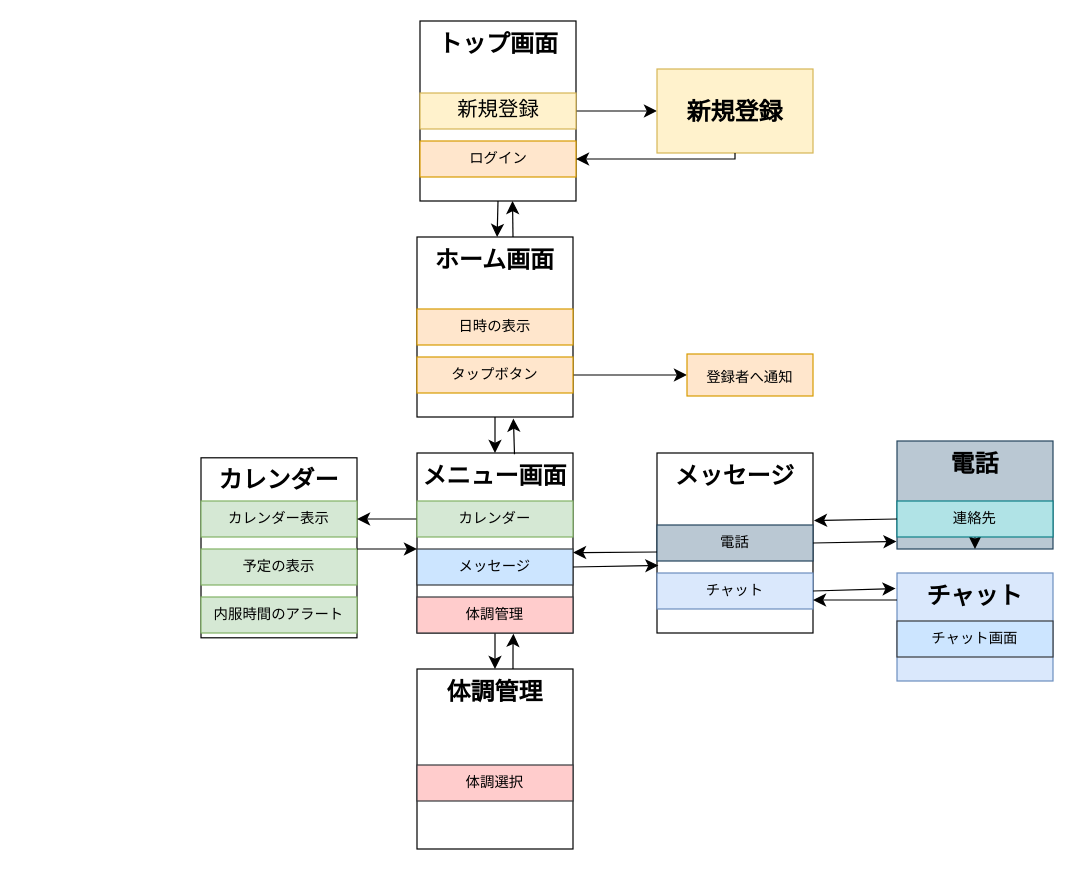
Above: 画面遷移図 .drawio in ht19ssts/- (draw.io), before the change. Source tidied: cells renumbered, new cells numbered last; positions are measured from the earlier drawing's top-left corner, leaving out a move shared by most shapes. Both pictures are drawn from the tidied source at 120%, with x=0, y=0 at pixel (200, 20).
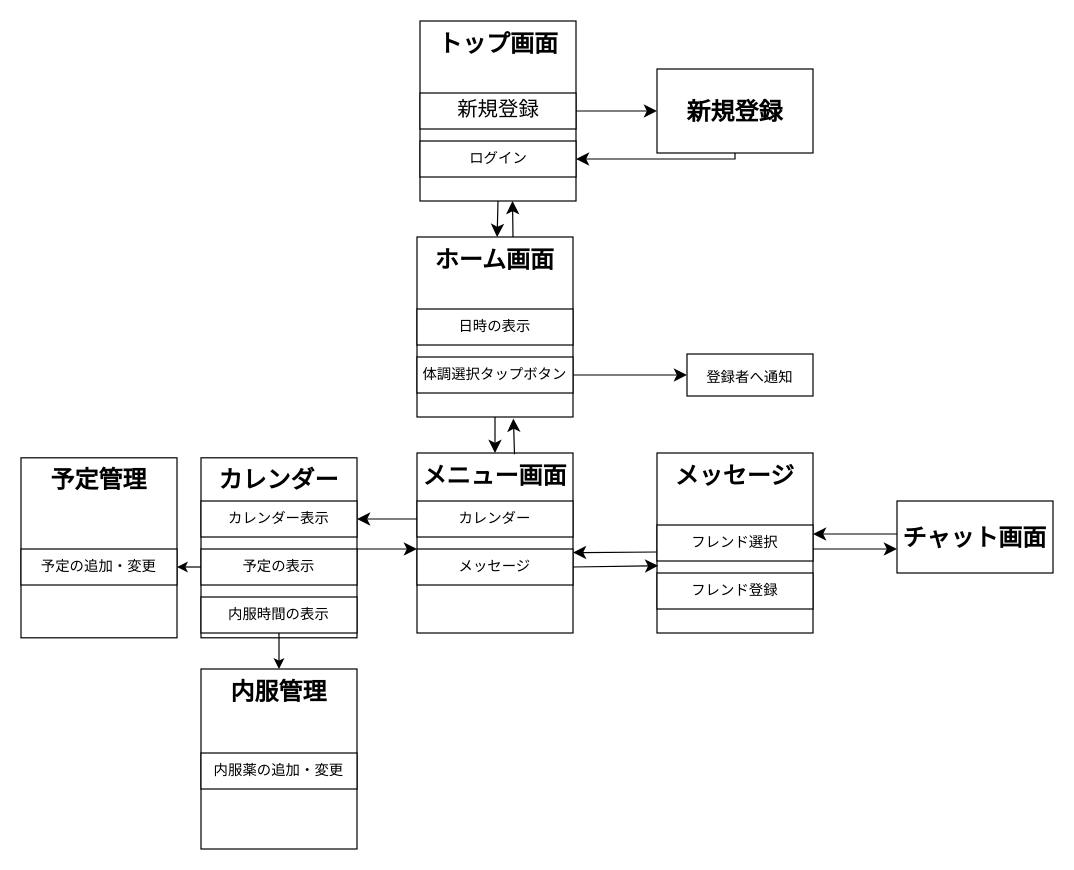
Above is the later version.

Commit message:
画面遷移図 .drawio を更新します

Unchanged cells that the change refers to:
```xml
<mxCell id="4" value="&lt;b style=&quot;border-color: var(--border-color); font-size: 20px; text-align: justify;&quot;&gt;メッセージ&lt;/b&gt;" style="rounded=0;whiteSpace=wrap;html=1;fontSize=16;verticalAlign=top;" parent="1" vertex="1">
  <mxGeometry x="380" y="360" width="130" height="150" as="geometry" />
</mxCell>
```

What changed in the source:
```diff
@@
-    <mxCell id="2" value="&lt;b style=&quot;border-color: var(--border-color); font-size: 20px; text-align: justify;&quot;&gt;チャット&lt;/b&gt;" style="rounded=0;whiteSpace=wrap;html=1;fontSize=16;fillColor=#dae8fc;strokeColor=#6c8ebf;verticalAlign=top;" parent="1" vertex="1">
-      <mxGeometry x="580" y="460" width="130" height="90" as="geometry" />
-    </mxCell>
-    <mxCell id="3" value="&lt;b style=&quot;border-color: var(--border-color); font-size: 20px; text-align: justify;&quot;&gt;電話&lt;/b&gt;" style="rounded=0;whiteSpace=wrap;html=1;fontSize=16;fillColor=#bac8d3;strokeColor=#23445d;verticalAlign=top;" parent="1" vertex="1">
-      <mxGeometry x="580" y="350" width="130" height="90" as="geometry" />
-    </mxCell>
@@
-    <mxCell id="5" value="&lt;b style=&quot;border-color: var(--border-color); font-size: 20px; text-align: justify;&quot;&gt;体調管理&lt;/b&gt;" style="rounded=0;whiteSpace=wrap;html=1;fontSize=16;verticalAlign=top;" parent="1" vertex="1">
-      <mxGeometry x="180" y="540" width="130" height="150" as="geometry" />
-    </mxCell>
@@
-    <mxCell id="12" value="日時の表示" style="rounded=0;whiteSpace=wrap;html=1;fillColor=#ffe6cc;strokeColor=#d79b00;" parent="1" vertex="1">
+    <mxCell id="12" value="日時の表示" style="rounded=0;whiteSpace=wrap;html=1;fillColor=#FFFFFF;strokeColor=#000000;" parent="1" vertex="1">
       <mxGeometry x="180" y="240" width="130" height="30" as="geometry" />
     </mxCell>
-    <mxCell id="13" value="カレンダー表示" style="rounded=0;whiteSpace=wrap;html=1;fillColor=#d5e8d4;strokeColor=#82b366;" parent="1" vertex="1">
+    <mxCell id="13" value="カレンダー表示" style="rounded=0;whiteSpace=wrap;html=1;fillColor=#FFFFFF;strokeColor=#000000;" parent="1" vertex="1">
       <mxGeometry y="400" width="130" height="30" as="geometry" />
     </mxCell>
-    <mxCell id="14" style="edgeStyle=none;curved=1;rounded=0;jettySize=auto;html=1;exitX=0.5;exitY=1;exitDx=0;exitDy=0;entryX=0.5;entryY=0;entryDx=0;entryDy=0;fontSize=12;startSize=8;endSize=8;" parent="1" edge="1" source="15" target="5">
-      <mxGeometry relative="1" as="geometry" />
-    </mxCell>
-    <mxCell id="15" value="体調管理" style="rounded=0;whiteSpace=wrap;html=1;fillColor=#ffcccc;strokeColor=#36393d;" parent="1" vertex="1">
-      <mxGeometry x="180" y="480" width="130" height="30" as="geometry" />
-    </mxCell>
-    <mxCell id="16" value="メッセージ" style="rounded=0;whiteSpace=wrap;html=1;fillColor=#cce5ff;strokeColor=#36393d;" parent="1" vertex="1">
+    <mxCell id="16" value="メッセージ" style="rounded=0;whiteSpace=wrap;html=1;fillColor=#FFFFFF;strokeColor=#000000;" parent="1" vertex="1">
       <mxGeometry x="180" y="440" width="130" height="30" as="geometry" />
     </mxCell>
@@
-    <mxCell id="18" value="タップボタン" style="rounded=0;whiteSpace=wrap;html=1;fillColor=#ffe6cc;strokeColor=#d79b00;" parent="1" vertex="1">
+    <mxCell id="18" value="体調選択タップボタン" style="rounded=0;whiteSpace=wrap;html=1;fillColor=#FFFFFF;strokeColor=#000000;" parent="1" vertex="1">
       <mxGeometry x="180" y="280" width="130" height="30" as="geometry" />
     </mxCell>
@@
-    <mxCell id="20" value="カレンダー" style="rounded=0;whiteSpace=wrap;html=1;fillColor=#d5e8d4;strokeColor=#82b366;" parent="1" vertex="1">
+    <mxCell id="20" value="カレンダー" style="rounded=0;whiteSpace=wrap;html=1;fillColor=#FFFFFF;strokeColor=#000000;" parent="1" vertex="1">
       <mxGeometry x="180" y="400" width="130" height="30" as="geometry" />
     </mxCell>
-    <mxCell id="21" value="内服時間のアラート" style="rounded=0;whiteSpace=wrap;html=1;fillColor=#d5e8d4;strokeColor=#82b366;" parent="1" vertex="1">
+    <mxCell id="21" value="内服時間の表示" style="rounded=0;whiteSpace=wrap;html=1;fillColor=#FFFFFF;strokeColor=#000000;" parent="1" vertex="1">
       <mxGeometry y="480" width="130" height="30" as="geometry" />
     </mxCell>
-    <mxCell id="22" value="予定の表示" style="rounded=0;whiteSpace=wrap;html=1;fillColor=#d5e8d4;strokeColor=#82b366;" parent="1" vertex="1">
+    <mxCell id="22" value="予定の表示" style="rounded=0;whiteSpace=wrap;html=1;fillColor=#FFFFFF;strokeColor=#000000;" parent="1" vertex="1">
       <mxGeometry y="440" width="130" height="30" as="geometry" />
     </mxCell>
-    <mxCell id="23" value="チャット" style="rounded=0;whiteSpace=wrap;html=1;fillColor=#dae8fc;strokeColor=#6c8ebf;" parent="1" vertex="1">
+    <mxCell id="23" value="フレンド登録" style="rounded=0;whiteSpace=wrap;html=1;fillColor=#FFFFFF;strokeColor=#000000;" parent="1" vertex="1">
       <mxGeometry x="380" y="460" width="130" height="30" as="geometry" />
     </mxCell>
-    <mxCell id="24" value="電話" style="rounded=0;whiteSpace=wrap;html=1;fillColor=#bac8d3;strokeColor=#23445d;" parent="1" vertex="1">
+    <mxCell id="24" value="フレンド選択" style="rounded=0;whiteSpace=wrap;html=1;fillColor=#FFFFFF;strokeColor=#000000;" parent="1" vertex="1">
       <mxGeometry x="380" y="420" width="130" height="30" as="geometry" />
     </mxCell>
-    <mxCell id="25" style="edgeStyle=none;curved=1;rounded=0;jettySize=auto;html=1;fontSize=12;startSize=8;endSize=8;" parent="1" edge="1" source="26" target="3">
-      <mxGeometry relative="1" as="geometry" />
-    </mxCell>
-    <mxCell id="26" value="連絡先" style="rounded=0;whiteSpace=wrap;html=1;fillColor=#b0e3e6;strokeColor=#0e8088;" parent="1" vertex="1">
-      <mxGeometry x="580" y="400" width="130" height="30" as="geometry" />
-    </mxCell>
-    <mxCell id="27" value="チャット画面" style="rounded=0;whiteSpace=wrap;html=1;fillColor=#cce5ff;strokeColor=#36393d;" parent="1" vertex="1">
-      <mxGeometry x="580" y="500" width="130" height="30" as="geometry" />
-    </mxCell>
-    <mxCell id="28" value="体調選択" style="rounded=0;whiteSpace=wrap;html=1;fillColor=#ffcccc;strokeColor=#36393d;" parent="1" vertex="1">
-      <mxGeometry x="180" y="620" width="130" height="30" as="geometry" />
-    </mxCell>
-    <mxCell id="29" value="ログイン" style="rounded=0;whiteSpace=wrap;html=1;fillColor=#ffe6cc;strokeColor=#d79b00;" parent="1" vertex="1">
+    <mxCell id="29" value="ログイン" style="rounded=0;whiteSpace=wrap;html=1;fillColor=#FFFFFF;strokeColor=#000000;" parent="1" vertex="1">
       <mxGeometry x="182.5" y="100" width="130" height="30" as="geometry" />
     </mxCell>
@@
-    <mxCell id="31" value="&lt;span style=&quot;font-size: 17px;&quot;&gt;新規登録&lt;/span&gt;" style="rounded=0;whiteSpace=wrap;html=1;fillColor=#fff2cc;strokeColor=#d6b656;" parent="1" vertex="1">
+    <mxCell id="31" value="&lt;span style=&quot;font-size: 17px;&quot;&gt;新規登録&lt;/span&gt;" style="rounded=0;whiteSpace=wrap;html=1;fillColor=#FFFFFF;strokeColor=#000000;" parent="1" vertex="1">
       <mxGeometry x="182.5" y="60" width="130" height="30" as="geometry" />
     </mxCell>
-    <mxCell id="32" value="&lt;b style=&quot;border-color: var(--border-color); font-size: 12px; text-align: justify; background-color: initial;&quot;&gt;&lt;font style=&quot;border-color: var(--border-color); font-size: 20px;&quot;&gt;新規登録&lt;/font&gt;&lt;/b&gt;" style="rounded=0;whiteSpace=wrap;html=1;fontSize=16;fillColor=#fff2cc;strokeColor=#d6b656;" parent="1" vertex="1">
+    <mxCell id="32" value="&lt;b style=&quot;border-color: var(--border-color); font-size: 12px; text-align: justify; background-color: initial;&quot;&gt;&lt;font style=&quot;border-color: var(--border-color); font-size: 20px;&quot;&gt;新規登録&lt;/font&gt;&lt;/b&gt;" style="rounded=0;whiteSpace=wrap;html=1;fontSize=16;fillColor=#FFFFFF;strokeColor=#000000;" parent="1" vertex="1">
       <mxGeometry x="380" y="40" width="130" height="70" as="geometry" />
     </mxCell>
-    <mxCell id="33" value="&lt;span style=&quot;border-color: var(--border-color); text-align: justify; background-color: initial;&quot;&gt;&lt;font style=&quot;border-color: var(--border-color); font-size: 12px;&quot;&gt;登録者へ通知&lt;/font&gt;&lt;/span&gt;" style="rounded=0;whiteSpace=wrap;html=1;fontSize=16;fillColor=#ffe6cc;strokeColor=#d79b00;" parent="1" vertex="1">
+    <mxCell id="33" value="&lt;span style=&quot;border-color: var(--border-color); text-align: justify; background-color: initial;&quot;&gt;&lt;font style=&quot;border-color: var(--border-color); font-size: 12px;&quot;&gt;登録者へ通知&lt;/font&gt;&lt;/span&gt;" style="rounded=0;whiteSpace=wrap;html=1;fontSize=16;fillColor=#FFFFFF;strokeColor=#000000;" parent="1" vertex="1">
       <mxGeometry x="405" y="277.5" width="105" height="35" as="geometry" />
     </mxCell>
@@
-    <mxCell id="35" style="edgeStyle=none;curved=1;rounded=0;jettySize=auto;html=1;exitX=1;exitY=0.5;exitDx=0;exitDy=0;entryX=0.009;entryY=0.625;entryDx=0;entryDy=0;entryPerimeter=0;fontSize=12;startSize=8;endSize=8;" parent="1" edge="1" source="16" target="4">
-      <mxGeometry relative="1" as="geometry" />
+    <mxCell id="35" style="edgeStyle=none;curved=1;rounded=0;jettySize=auto;html=1;exitX=1;exitY=0.5;exitDx=0;exitDy=0;fontSize=12;startSize=8;endSize=8;" parent="1" edge="1" source="16">
+      <mxGeometry relative="1" as="geometry">
+        <mxPoint x="381" y="454" as="targetPoint" />
+      </mxGeometry>
     </mxCell>
-    <mxCell id="36" style="edgeStyle=none;curved=1;rounded=0;jettySize=auto;html=1;exitX=1;exitY=0.5;exitDx=0;exitDy=0;entryX=-0.003;entryY=0.931;entryDx=0;entryDy=0;entryPerimeter=0;fontSize=12;startSize=8;endSize=8;" parent="1" edge="1" source="24" target="3">
-      <mxGeometry relative="1" as="geometry" />
+    <mxCell id="36" style="edgeStyle=none;curved=1;rounded=0;jettySize=auto;html=1;exitX=1;exitY=0.667;exitDx=0;exitDy=0;fontSize=12;startSize=8;endSize=8;exitPerimeter=0;" parent="1" edge="1" source="24">
+      <mxGeometry relative="1" as="geometry">
+        <mxPoint x="580" y="440" as="targetPoint" />
+      </mxGeometry>
     </mxCell>
-    <mxCell id="37" style="edgeStyle=none;curved=1;rounded=0;jettySize=auto;html=1;exitX=1;exitY=0.5;exitDx=0;exitDy=0;entryX=-0.009;entryY=0.144;entryDx=0;entryDy=0;entryPerimeter=0;fontSize=12;startSize=8;endSize=8;" parent="1" edge="1" source="23" target="2">
-      <mxGeometry relative="1" as="geometry" />
-    </mxCell>
-    <mxCell id="38" style="endArrow=classic;html=1;rounded=0;fontSize=12;startSize=8;endSize=8;curved=1;entryX=0.618;entryY=1.02;entryDx=0;entryDy=0;entryPerimeter=0;" parent="1" edge="1" target="15">
-      <mxGeometry relative="1" as="geometry">
-        <mxPoint x="260" y="540" as="sourcePoint" />
-        <Array as="points">
-          <mxPoint x="260" y="520" />
-        </Array>
-      </mxGeometry>
-    </mxCell>
-    <mxCell id="39" style="endArrow=classic;html=1;rounded=0;fontSize=12;startSize=8;endSize=8;curved=1;exitX=0;exitY=0.25;exitDx=0;exitDy=0;entryX=1;entryY=0.75;entryDx=0;entryDy=0;" parent="1" edge="1" source="2" target="23">
-      <mxGeometry relative="1" as="geometry" />
-    </mxCell>
-    <mxCell id="40" style="endArrow=classic;html=1;rounded=0;fontSize=12;startSize=8;endSize=8;curved=1;exitX=0;exitY=0.5;exitDx=0;exitDy=0;entryX=1.006;entryY=0.375;entryDx=0;entryDy=0;entryPerimeter=0;" parent="1" edge="1" source="26" target="4">
-      <mxGeometry relative="1" as="geometry" />
+    <mxCell id="40" style="endArrow=classic;html=1;rounded=0;fontSize=12;startSize=8;endSize=8;curved=1;exitX=0;exitY=0.25;exitDx=0;exitDy=0;entryX=1;entryY=0.25;entryDx=0;entryDy=0;" parent="1" edge="1" target="24">
+      <mxGeometry relative="1" as="geometry">
+        <mxPoint x="580" y="427.5" as="sourcePoint" />
+      </mxGeometry>
     </mxCell>
@@
+    <mxCell id="46" value="&lt;div style=&quot;text-align: justify;&quot;&gt;&lt;span style=&quot;background-color: initial; font-size: 20px;&quot;&gt;&lt;b&gt;予定管理&lt;/b&gt;&lt;/span&gt;&lt;/div&gt;" style="rounded=0;whiteSpace=wrap;html=1;fontSize=16;verticalAlign=top;" parent="1" vertex="1">
+      <mxGeometry x="-150" y="364" width="130" height="150" as="geometry" />
+    </mxCell>
+    <mxCell id="47" value="&lt;div style=&quot;text-align: justify;&quot;&gt;&lt;span style=&quot;font-size: 20px;&quot;&gt;&lt;b&gt;内服管理&lt;/b&gt;&lt;/span&gt;&lt;/div&gt;" style="rounded=0;whiteSpace=wrap;html=1;fontSize=16;verticalAlign=top;" parent="1" vertex="1">
+      <mxGeometry y="540" width="130" height="150" as="geometry" />
+    </mxCell>
+    <mxCell id="48" value="予定の追加・変更" style="rounded=0;whiteSpace=wrap;html=1;fillColor=#FFFFFF;strokeColor=#000000;" parent="1" vertex="1">
+      <mxGeometry x="-150" y="440" width="130" height="30" as="geometry" />
+    </mxCell>
+    <mxCell id="49" value="内服薬の追加・変更" style="rounded=0;whiteSpace=wrap;html=1;fillColor=#FFFFFF;strokeColor=#000000;" parent="1" vertex="1">
+      <mxGeometry y="610" width="130" height="30" as="geometry" />
+    </mxCell>
+    <mxCell id="27" value="&lt;div style=&quot;text-align: justify;&quot;&gt;&lt;span style=&quot;background-color: initial; font-size: 20px;&quot;&gt;&lt;b&gt;チャット画面&lt;/b&gt;&lt;/span&gt;&lt;/div&gt;" style="rounded=0;whiteSpace=wrap;html=1;fontSize=16;verticalAlign=middle;" parent="1" vertex="1">
+      <mxGeometry x="580" y="400" width="130" height="60" as="geometry" />
+    </mxCell>
+    <mxCell id="50" style="endArrow=classic;html=1;rounded=0;entryX=1;entryY=0.5;entryDx=0;entryDy=0;exitX=0;exitY=0.5;exitDx=0;exitDy=0;" parent="1" edge="1" source="22" target="48">
+      <mxGeometry relative="1" as="geometry" />
+    </mxCell>
+    <mxCell id="51" style="endArrow=classic;html=1;rounded=0;exitX=0.5;exitY=1;exitDx=0;exitDy=0;entryX=0.5;entryY=0;entryDx=0;entryDy=0;" parent="1" edge="1" source="21" target="47">
+      <mxGeometry relative="1" as="geometry" />
+    </mxCell>
```
